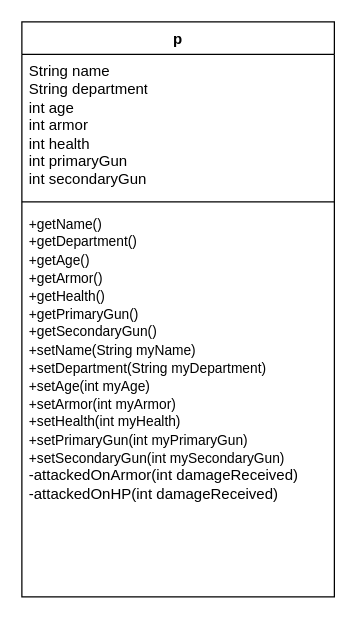
Earlier version of the draw.io diagram Untitled Diagram.drawio (yushika-j/MyWorkspace). Source tidied: cells renumbered, new cells numbered last; positions are measured from the earlier drawing's top-left corner, leaving out a move shared by most shapes. Both pictures are drawn from the tidied source at 125%, with x=0, y=0 at pixel (21, 21).
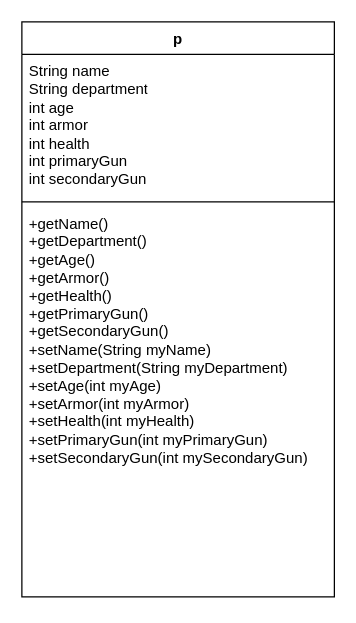
The same page after the edit.

Commit message:
created soldier class

Diff of the diagram source:
```diff
@@
 <mxGraphModel>
   <root>
     <mxCell id="0" />
     <mxCell id="1" parent="0" />
     <mxCell id="2" value="p" style="swimlane;fontStyle=1;align=center;verticalAlign=top;horizontal=1;startSize=26;whiteSpace=wrap;html=1;" parent="1" vertex="1">
       <mxGeometry width="250" height="460" as="geometry" />
     </mxCell>
     <mxCell id="3" value="String name&lt;br&gt;String department&lt;br&gt;int age&lt;br&gt;int armor&lt;br&gt;int health&lt;br&gt;int primaryGun&lt;br&gt;int secondaryGun" style="text;strokeColor=none;fillColor=none;align=left;verticalAlign=top;spacingLeft=4;spacingRight=4;overflow=hidden;whiteSpace=wrap;html=1;" parent="2" vertex="1">
       <mxGeometry y="26" width="250" height="114" as="geometry" />
     </mxCell>
     <mxCell id="4" style="line;strokeWidth=1;fillColor=none;align=left;verticalAlign=middle;spacingTop=-1;spacingLeft=3;spacingRight=3;labelPosition=right;strokeColor=inherit;" parent="2" vertex="1">
       <mxGeometry y="140" width="250" height="8" as="geometry" />
     </mxCell>
-    <mxCell id="5" value="&lt;font style=&quot;font-size: 11px;&quot;&gt;+getName()&lt;br&gt;+getDepartment()&lt;br&gt;+getAge()&lt;br&gt;+getArmor()&lt;br&gt;+getHealth()&lt;br&gt;+getPrimaryGun()&lt;br&gt;+getSecondaryGun()&lt;br&gt;+setName(String myName)&lt;br&gt;+setDepartment(String myDepartment)&lt;br&gt;+setAge(int myAge)&lt;br&gt;+setArmor(int myArmor)&lt;br&gt;+setHealth(int myHealth)&lt;br&gt;+setPrimaryGun(int myPrimaryGun)&lt;br&gt;+setSecondaryGun(int mySecondaryGun)&lt;br&gt;&lt;/font&gt;-attackedOnArmor(int damageReceived)&lt;br&gt;-attackedOnHP(int damageReceived)" style="text;strokeColor=none;fillColor=none;align=left;verticalAlign=top;spacingLeft=4;spacingRight=4;overflow=hidden;whiteSpace=wrap;html=1;" parent="2" vertex="1">
+    <mxCell id="5" value="+getName()&lt;br&gt;+getDepartment()&lt;br&gt;+getAge()&lt;br&gt;+getArmor()&lt;br&gt;+getHealth()&lt;br&gt;+getPrimaryGun()&lt;br&gt;+getSecondaryGun()&lt;br&gt;+setName(String myName)&lt;br&gt;+setDepartment(String myDepartment)&lt;br&gt;+setAge(int myAge)&lt;br&gt;+setArmor(int myArmor)&lt;br&gt;+setHealth(int myHealth)&lt;br&gt;+setPrimaryGun(int myPrimaryGun)&lt;br&gt;+setSecondaryGun(int mySecondaryGun)&lt;br&gt;" style="text;strokeColor=none;fillColor=none;align=left;verticalAlign=top;spacingLeft=4;spacingRight=4;overflow=hidden;whiteSpace=wrap;html=1;" parent="2" vertex="1">
       <mxGeometry y="148" width="250" height="312" as="geometry" />
     </mxCell>
   </root>
 </mxGraphModel>
```
